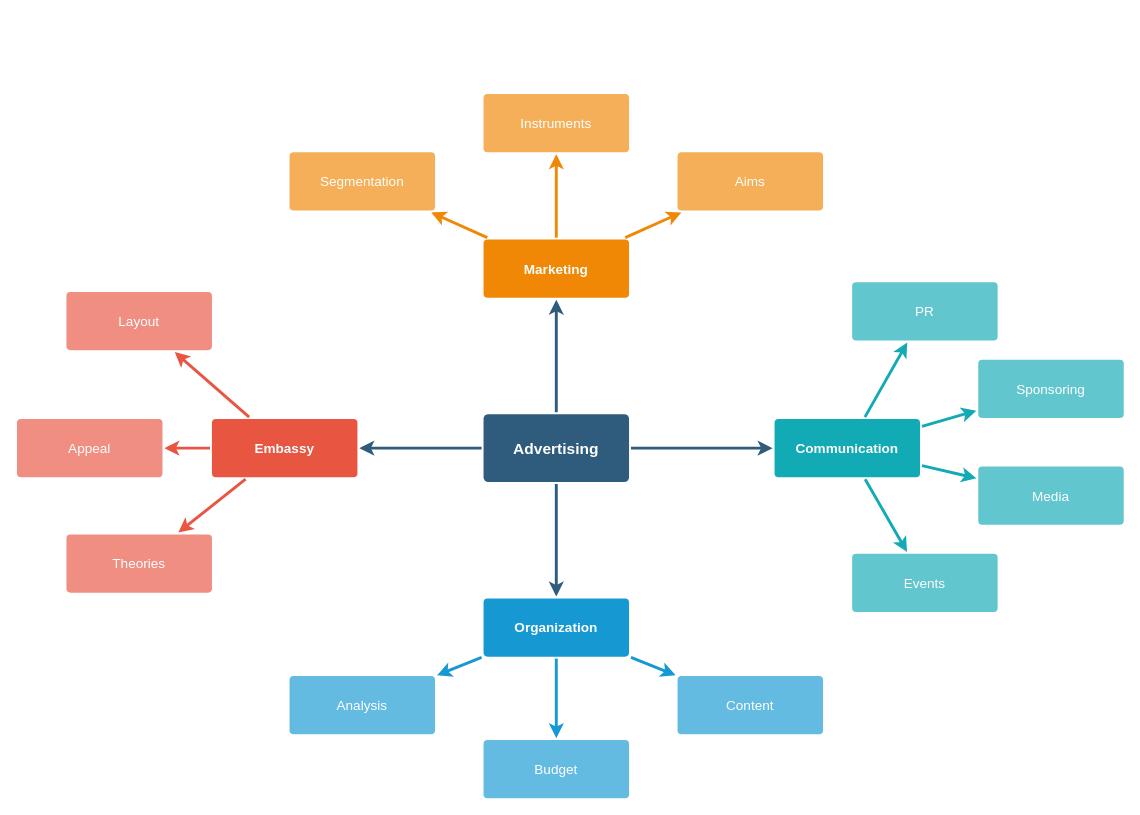
The draw.io diagram 未命名绘图.drawio in xiukun/draw, before the edit. Source tidied: cells renumbered, new cells numbered last; positions are measured from the earlier drawing's top-left corner, leaving out a move shared by most shapes. Both pictures are drawn from the tidied source at 97%, with x=0, y=0 at pixel (16, 93).
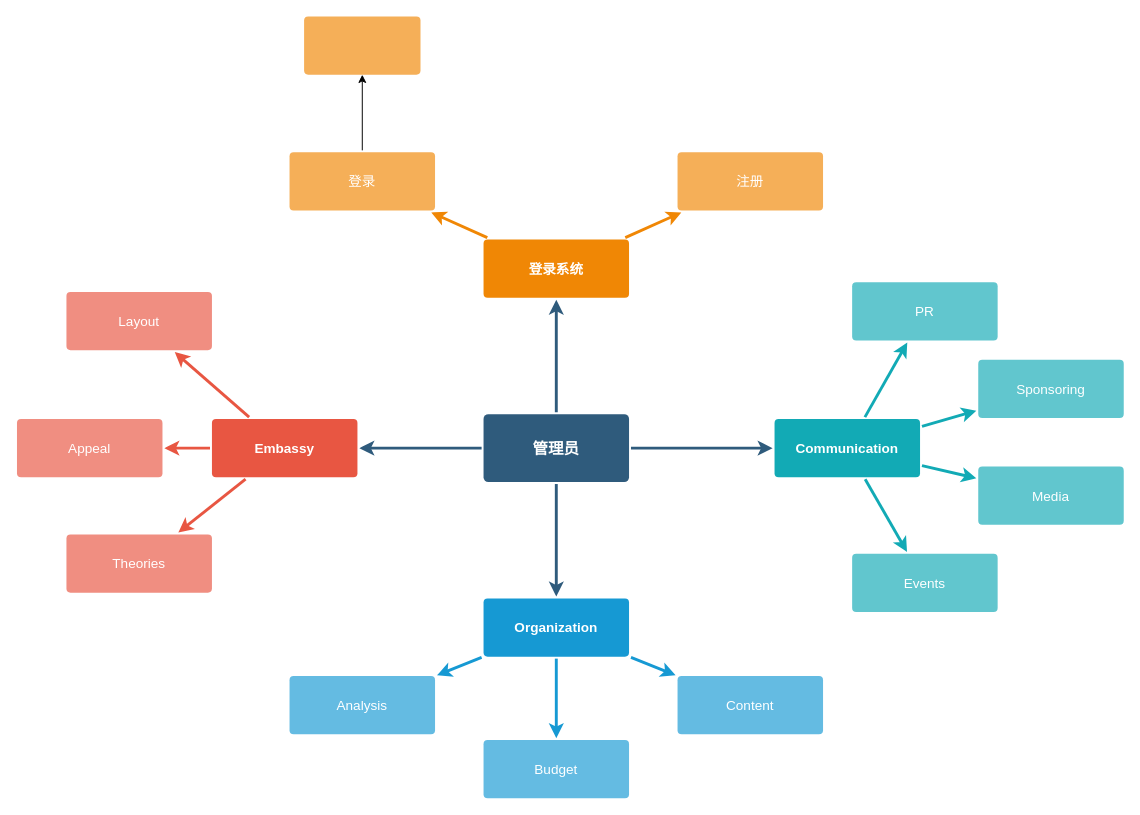
Above is the later version.

Commit message:
更新未命名绘图.drawio

The edit, as a diff of the source:
```diff
@@
-    <mxCell id="6" value="Advertising" style="rounded=1;whiteSpace=wrap;html=1;shadow=0;labelBackgroundColor=none;strokeColor=none;strokeWidth=3;fillColor=#2F5B7C;fontFamily=Helvetica;fontSize=16;fontColor=#FFFFFF;align=center;fontStyle=1;spacing=5;arcSize=7;perimeterSpacing=2;" parent="1" vertex="1">
+    <mxCell id="6" value="管理员" style="rounded=1;whiteSpace=wrap;html=1;shadow=0;labelBackgroundColor=none;strokeColor=none;strokeWidth=3;fillColor=#2F5B7C;fontFamily=Helvetica;fontSize=16;fontColor=#FFFFFF;align=center;fontStyle=1;spacing=5;arcSize=7;perimeterSpacing=2;" parent="1" vertex="1">
       <mxGeometry x="481" y="330.5" width="150" height="70" as="geometry" />
     </mxCell>
@@
-    <mxCell id="21" value="Marketing" style="rounded=1;whiteSpace=wrap;html=1;shadow=0;labelBackgroundColor=none;strokeColor=none;strokeWidth=3;fillColor=#F08705;fontFamily=Helvetica;fontSize=14;fontColor=#FFFFFF;align=center;spacing=5;fontStyle=1;arcSize=7;perimeterSpacing=2;" parent="1" vertex="1">
+    <mxCell id="21" value="登录系统" style="rounded=1;whiteSpace=wrap;html=1;shadow=0;labelBackgroundColor=none;strokeColor=none;strokeWidth=3;fillColor=#F08705;fontFamily=Helvetica;fontSize=14;fontColor=#FFFFFF;align=center;spacing=5;fontStyle=1;arcSize=7;perimeterSpacing=2;" parent="1" vertex="1">
       <mxGeometry x="481" y="150.5" width="150" height="60" as="geometry" />
     </mxCell>
-    <mxCell id="22" value="Aims&lt;br&gt;" style="rounded=1;whiteSpace=wrap;html=1;shadow=0;labelBackgroundColor=none;strokeColor=none;strokeWidth=3;fillColor=#f5af58;fontFamily=Helvetica;fontSize=14;fontColor=#FFFFFF;align=center;spacing=5;arcSize=7;perimeterSpacing=2;" parent="1" vertex="1">
+    <mxCell id="22" value="注册" style="rounded=1;whiteSpace=wrap;html=1;shadow=0;labelBackgroundColor=none;strokeColor=none;strokeWidth=3;fillColor=#f5af58;fontFamily=Helvetica;fontSize=14;fontColor=#FFFFFF;align=center;spacing=5;arcSize=7;perimeterSpacing=2;" parent="1" vertex="1">
       <mxGeometry x="681" y="60.5" width="150" height="60" as="geometry" />
     </mxCell>
@@
-    <mxCell id="24" value="Instruments" style="rounded=1;whiteSpace=wrap;html=1;shadow=0;labelBackgroundColor=none;strokeColor=none;strokeWidth=3;fillColor=#f5af58;fontFamily=Helvetica;fontSize=14;fontColor=#FFFFFF;align=center;spacing=5;arcSize=7;perimeterSpacing=2;" parent="1" vertex="1">
-      <mxGeometry x="481" y="0.5" width="150" height="60" as="geometry" />
-    </mxCell>
-    <mxCell id="25" style="edgeStyle=none;rounded=0;jumpStyle=none;html=1;shadow=0;labelBackgroundColor=none;startArrow=none;startFill=0;endArrow=classic;endFill=1;jettySize=auto;strokeColor=#F08705;strokeWidth=3;fontFamily=Helvetica;fontSize=14;fontColor=#FFFFFF;spacing=5;" parent="1" edge="1" source="21" target="24">
-      <mxGeometry relative="1" as="geometry" />
-    </mxCell>
+    <mxCell id="37" style="edgeStyle=orthogonalEdgeStyle;rounded=0;jettySize=auto;html=1;" parent="1" edge="1" source="26" target="38">
+      <mxGeometry relative="1" as="geometry" />
+    </mxCell>
-    <mxCell id="26" value="Segmentation" style="rounded=1;whiteSpace=wrap;html=1;shadow=0;labelBackgroundColor=none;strokeColor=none;strokeWidth=3;fillColor=#f5af58;fontFamily=Helvetica;fontSize=14;fontColor=#FFFFFF;align=center;spacing=5;arcSize=7;perimeterSpacing=2;" parent="1" vertex="1">
+    <mxCell id="26" value="登录" style="rounded=1;whiteSpace=wrap;html=1;shadow=0;labelBackgroundColor=none;strokeColor=none;strokeWidth=3;fillColor=#f5af58;fontFamily=Helvetica;fontSize=14;fontColor=#FFFFFF;align=center;spacing=5;arcSize=7;perimeterSpacing=2;" parent="1" vertex="1">
       <mxGeometry x="281" y="60.5" width="150" height="60" as="geometry" />
     </mxCell>
@@
+    <mxCell id="38" style="whiteSpace=wrap;html=1;fontSize=14;fillColor=#f5af58;strokeColor=none;fontColor=#FFFFFF;rounded=1;shadow=0;labelBackgroundColor=none;strokeWidth=3;spacing=5;arcSize=7;" parent="1" vertex="1">
+      <mxGeometry x="296" y="-79.5" width="120" height="60" as="geometry" />
+    </mxCell>
```
